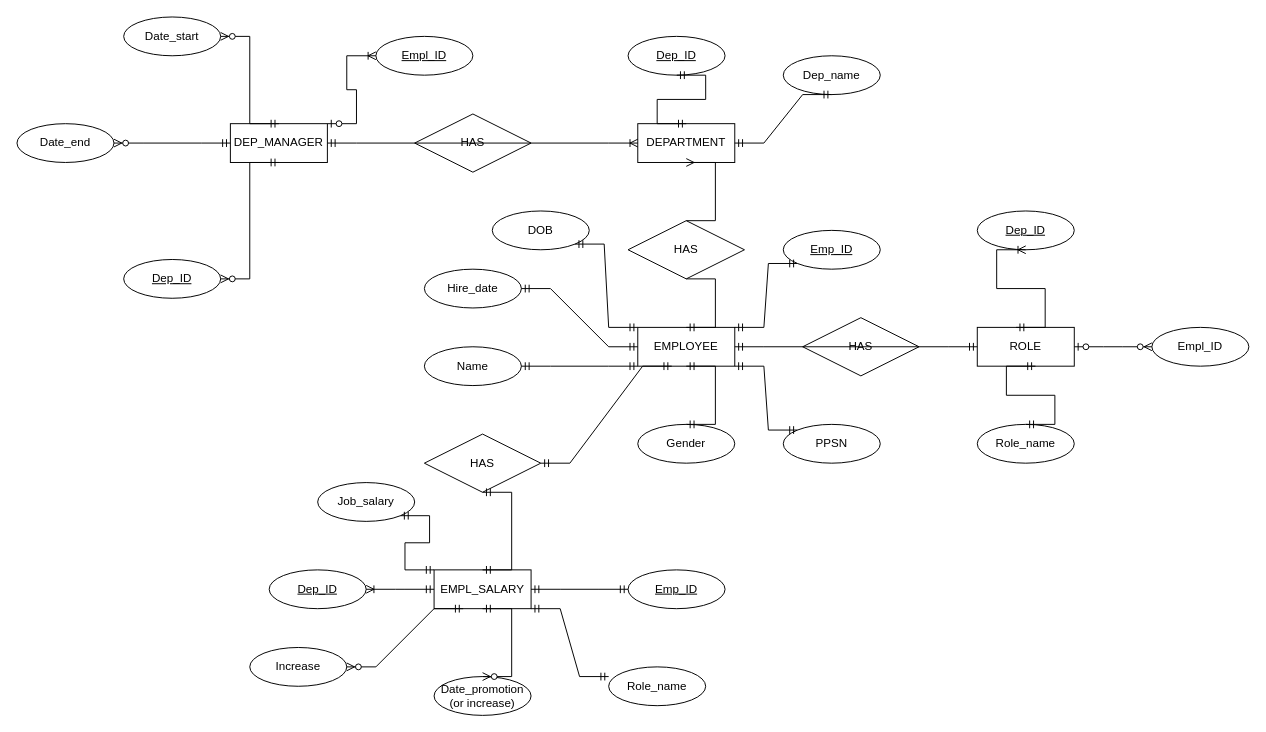
This is CA1.drawio from LucasHxC/webdev_lab, a draw.io file, before an edit. Source tidied: cells renumbered, new cells numbered last; positions are measured from the earlier drawing's top-left corner, leaving out a move shared by most shapes. Both pictures are drawn from the tidied source at 97%, with x=0, y=0 at pixel (16, 16).
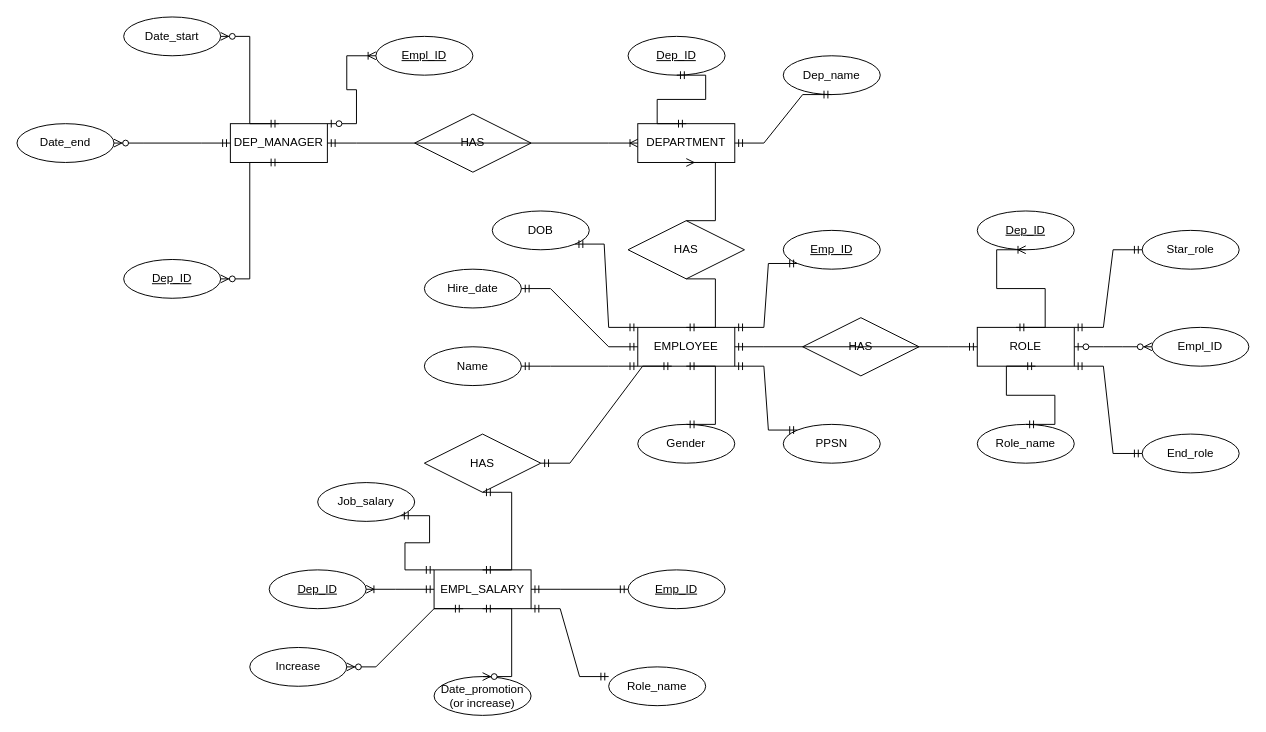
After the change.

The change refers to these unchanged cells:
```xml
<mxCell id="9" value="ROLE" style="whiteSpace=wrap;html=1;align=center;" parent="1" vertex="1">
  <mxGeometry x="990" y="320" width="100" height="40" as="geometry" />
</mxCell>
```

Change to the diagram source:
```diff
@@
+    <mxCell id="59" value="Star_role" style="ellipse;whiteSpace=wrap;html=1;align=center;" parent="1" vertex="1">
+      <mxGeometry x="1160" y="220" width="100" height="40" as="geometry" />
+    </mxCell>
+    <mxCell id="60" value="End_role" style="ellipse;whiteSpace=wrap;html=1;align=center;" parent="1" vertex="1">
+      <mxGeometry x="1160" y="430" width="100" height="40" as="geometry" />
+    </mxCell>
+    <mxCell id="61" style="edgeStyle=entityRelationEdgeStyle;fontSize=12;html=1;endArrow=ERmandOne;startArrow=ERmandOne;rounded=0;exitX=1;exitY=0;exitDx=0;exitDy=0;entryX=0;entryY=0.5;entryDx=0;entryDy=0;" parent="1" edge="1" source="9" target="59">
+      <mxGeometry relative="1" as="geometry" />
+    </mxCell>
+    <mxCell id="62" style="edgeStyle=entityRelationEdgeStyle;fontSize=12;html=1;endArrow=ERmandOne;startArrow=ERmandOne;rounded=0;entryX=1;entryY=1;entryDx=0;entryDy=0;exitX=0;exitY=0.5;exitDx=0;exitDy=0;" parent="1" edge="1" source="60" target="9">
+      <mxGeometry relative="1" as="geometry" />
+    </mxCell>
```
